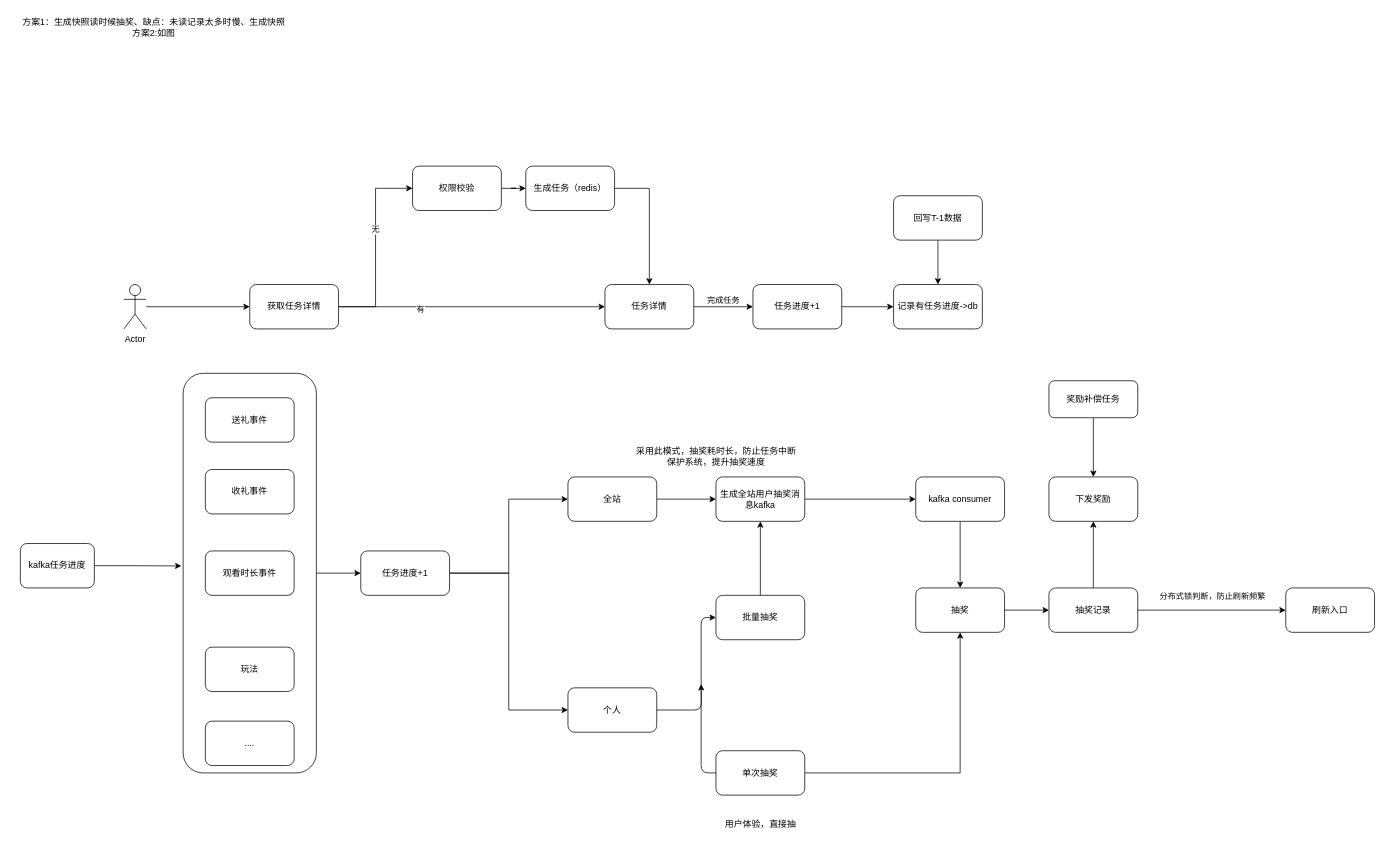
Above: 千纸鹤.drawio in liujunsheng0/drawio (draw.io), before the change. Source tidied: cells renumbered, new cells numbered last; positions are measured from the earlier drawing's top-left corner, leaving out a move shared by most shapes. Both pictures are drawn from the tidied source at 74%, with x=0, y=0 at pixel (13, 13).
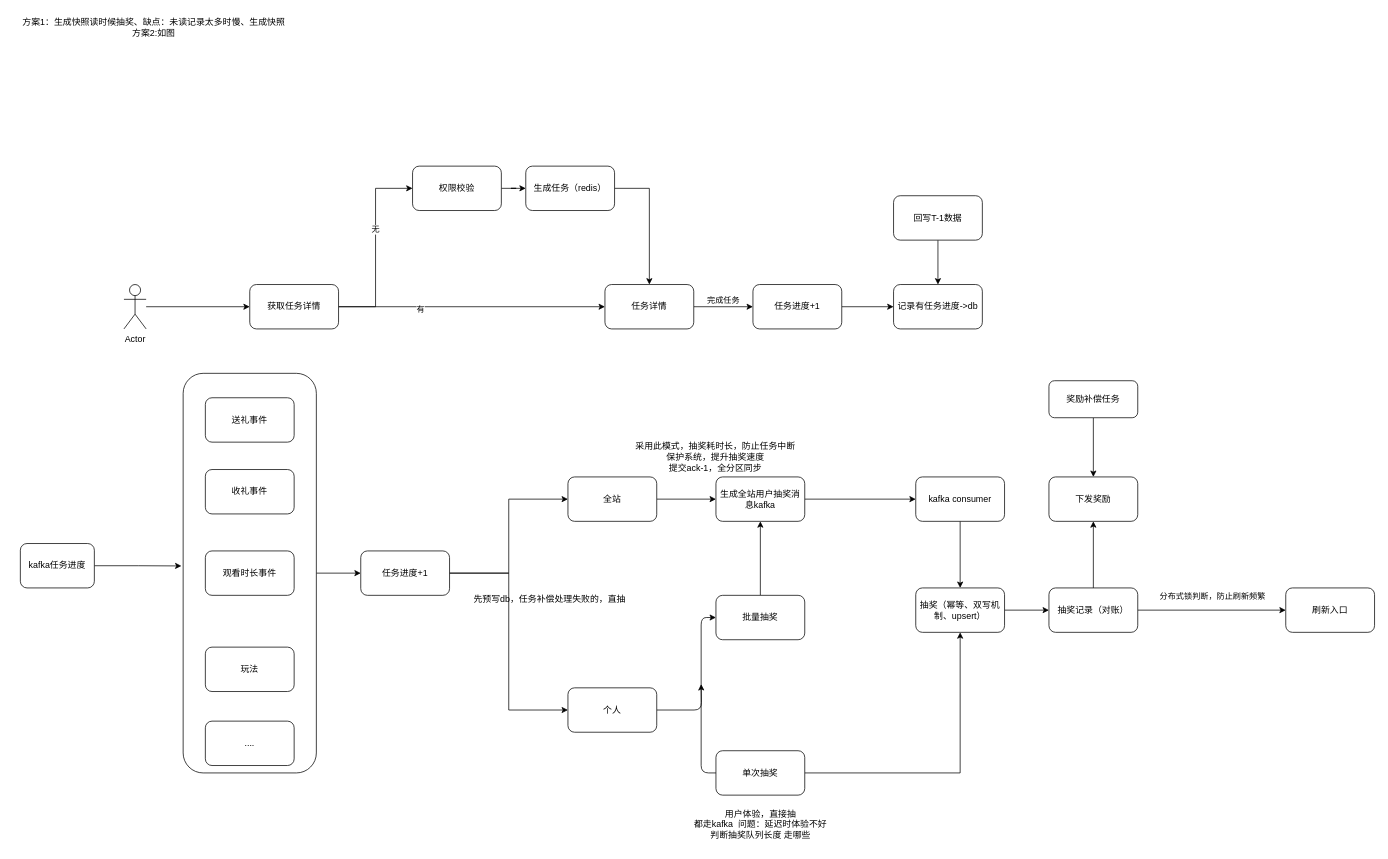
The same page after the edit.

Commit message:
更新千纸鹤.drawio

Diff of the diagram source:
```diff
@@
-    <mxCell id="31" value="抽奖" style="rounded=1;whiteSpace=wrap;html=1;" parent="1" vertex="1">
+    <mxCell id="31" value="抽奖（幂等、双写机制、upsert）" style="rounded=1;whiteSpace=wrap;html=1;" parent="1" vertex="1">
       <mxGeometry x="1220" y="777" width="120" height="60" as="geometry" />
     </mxCell>
@@
-    <mxCell id="41" value="抽奖记录" style="rounded=1;whiteSpace=wrap;html=1;" parent="1" vertex="1">
+    <mxCell id="41" value="抽奖记录（对账）" style="rounded=1;whiteSpace=wrap;html=1;" parent="1" vertex="1">
       <mxGeometry x="1400" y="777" width="120" height="60" as="geometry" />
     </mxCell>
@@
-    <mxCell id="43" value="采用此模式，抽奖耗时长，防止任务中断&lt;br&gt;保护系统，提升抽奖速度" style="text;html=1;align=center;verticalAlign=middle;strokeColor=none;fillColor=none;" parent="1" vertex="1">
-      <mxGeometry x="830" y="580" width="240" height="40" as="geometry" />
+    <mxCell id="43" value="采用此模式，抽奖耗时长，防止任务中断&lt;br&gt;保护系统，提升抽奖速度&lt;br&gt;提交ack-1，全分区同步" style="text;html=1;align=center;verticalAlign=middle;strokeColor=none;fillColor=none;" parent="1" vertex="1">
+      <mxGeometry x="829" y="570" width="240" height="60" as="geometry" />
     </mxCell>
-    <mxCell id="44" value="用户体验，直接抽" style="text;html=1;align=center;verticalAlign=middle;strokeColor=none;fillColor=none;" parent="1" vertex="1">
-      <mxGeometry x="950" y="1082" width="120" height="30" as="geometry" />
+    <mxCell id="44" value="用户体验，直接抽&lt;br&gt;都走kafka&amp;nbsp; 问题：延迟时体验不好&lt;br&gt;判断抽奖队列长度 走哪些" style="text;html=1;align=center;verticalAlign=middle;strokeColor=none;fillColor=none;" parent="1" vertex="1">
+      <mxGeometry x="910" y="1067" width="200" height="60" as="geometry" />
     </mxCell>
@@
+    <mxCell id="59" value="先预写db，任务补偿处理失败的，直抽" style="text;html=1;align=center;verticalAlign=middle;strokeColor=none;fillColor=none;" parent="1" vertex="1">
+      <mxGeometry x="610" y="777" width="230" height="30" as="geometry" />
+    </mxCell>
```
